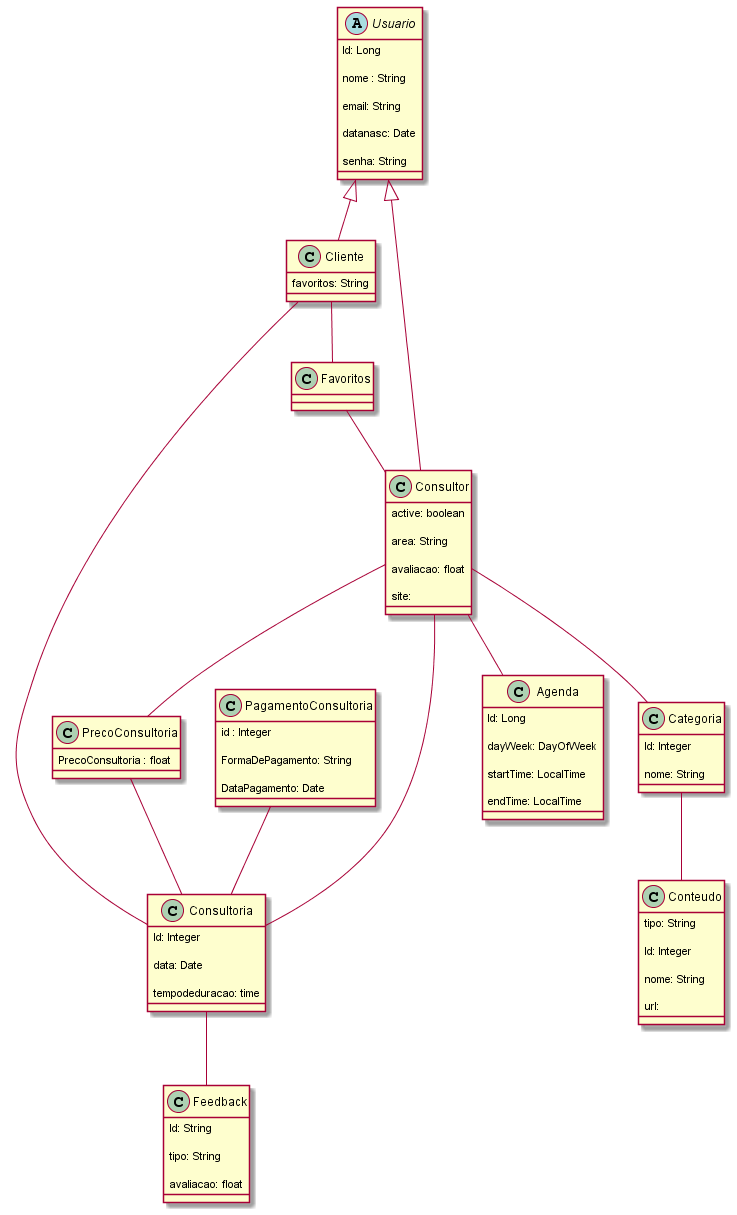
This is docs/modConceitual/Modelo Conceitual.png from camycamyha/projetoEngSoftware, a PlantUML export, as it was before one commit.
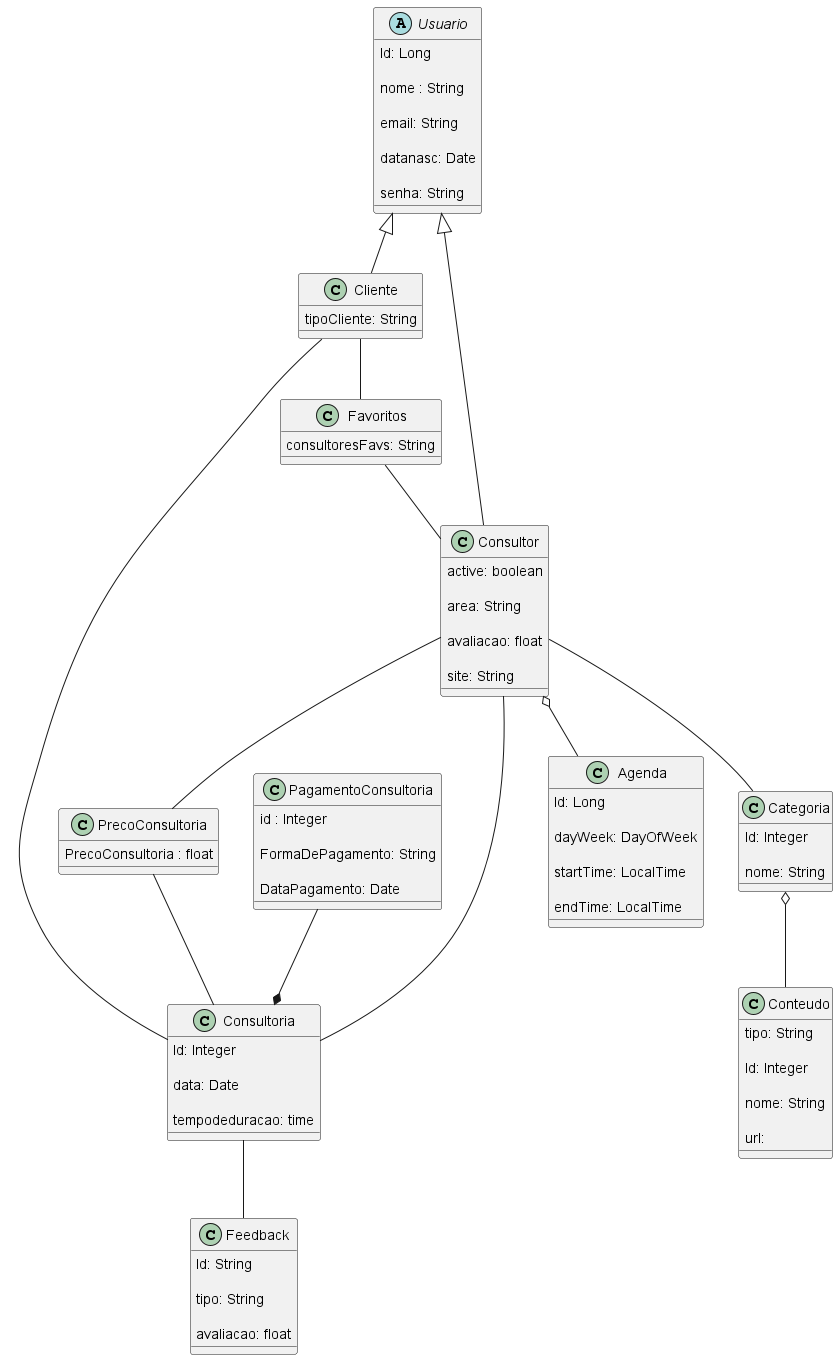
After the change.

Commit message:
Atualizacao Modelo Conceitual

Diff of the diagram source:
```diff
@@ -26,7 +26,7 @@
 
     avaliacao: float
 
-    site:
+    site: String
 
 }
 
@@ -34,7 +34,7 @@
 
 class Cliente {
 
-    favoritos: String
+    tipoCliente: String
 
 }
 
@@ -42,6 +42,7 @@
 
  class Favoritos {
 
+    consultoresFavs: String
 
 }
 
@@ -133,7 +134,7 @@
 
 Consultor -- Categoria
 
-Categoria -- Conteudo
+Categoria o-- Conteudo
 
 Consultor --|> Usuario
 
@@ -145,9 +146,9 @@
 
 Consultoria -- Consultor
 
-Consultor -- Agenda
+Consultor o-- Agenda
 
-PagamentoConsultoria -- Consultoria
+PagamentoConsultoria --* Consultoria
 
 PrecoConsultoria -- Consultoria
 
```
